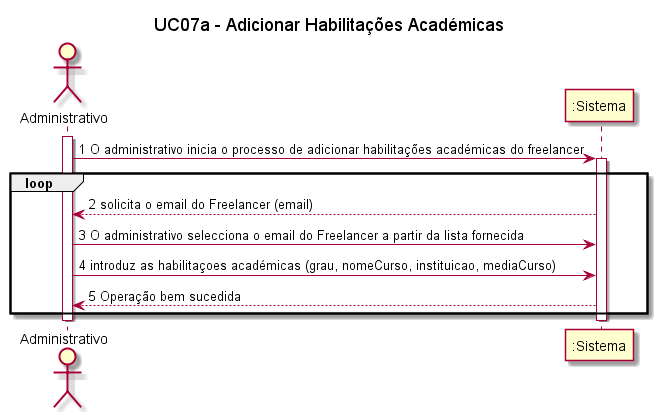
The PlantUML diagram Documentação/Sprint 3/UC07a_Adicionar_Habilitacoes_Academicas/UC07a_Adicionar_Habilitacoes_Academicas_SSD.png in blestonbandeiraUPSKILL/upskill_java1_labprg_grupo2, before a commit.
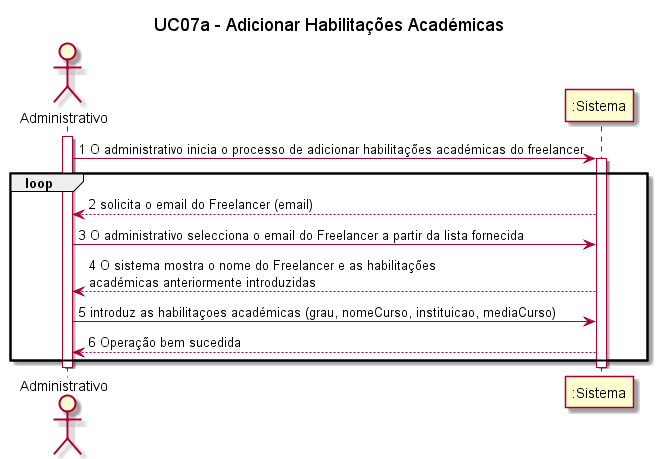
The same diagram one commit later.

Diff of the diagram source:
```diff
@@ -13,8 +13,9 @@
 loop
 Sistema --> Administrativo: 2 solicita o email do Freelancer (email)
 Administrativo -> Sistema: 3 O administrativo selecciona o email do Freelancer a partir da lista fornecida
-Administrativo -> Sistema: 4 introduz as habilitaçoes académicas (grau, nomeCurso, instituicao, mediaCurso)
-Sistema --> Administrativo: 5 Operação bem sucedida
+Sistema --> Administrativo: 4 O sistema mostra o nome do Freelancer e as habilitações \nacadémicas anteriormente introduzidas
+Administrativo -> Sistema: 5 introduz as habilitaçoes académicas (grau, nomeCurso, instituicao, mediaCurso)
+Sistema --> Administrativo: 6 Operação bem sucedida
 end
 
 deactivate Administrativo
```
